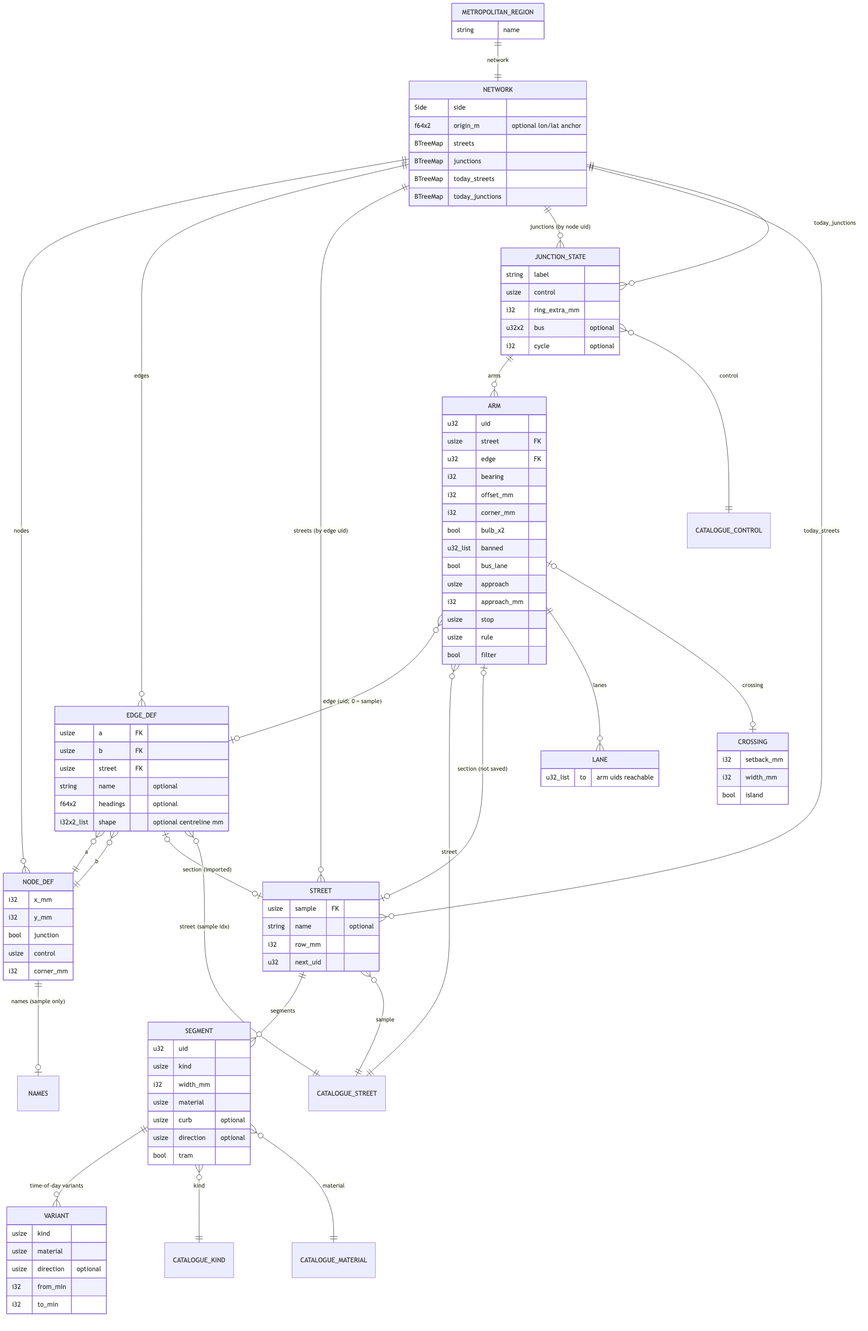
This is docs/erd.png from alandovskis/cityloom, a Mermaid export, as it was before one commit. Its source is kept beside it as docs/erd.mmd.
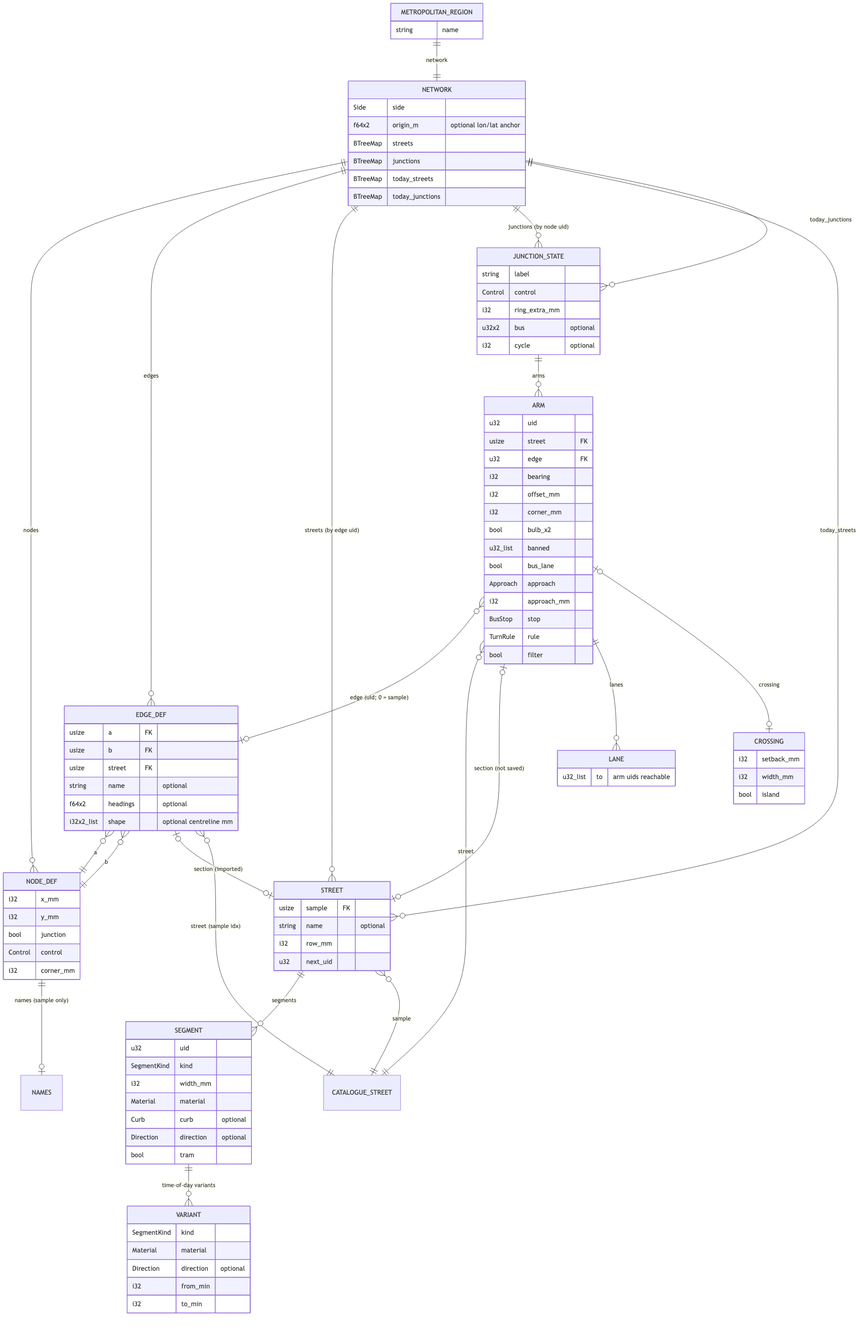
Later version of the same file.

Commit message:
docs(erd): catalogue choices are typed as enums

What changed in the source:
```diff
@@ -16,11 +16,8 @@
     STREET ||--o{ SEGMENT : segments
     STREET }o--|| CATALOGUE_STREET : "sample"
     SEGMENT ||--o{ VARIANT : "time-of-day variants"
-    SEGMENT }o--|| CATALOGUE_KIND : kind
-    SEGMENT }o--|| CATALOGUE_MATERIAL : material
 
     JUNCTION_STATE ||--o{ ARM : arms
-    JUNCTION_STATE }o--|| CATALOGUE_CONTROL : control
     ARM }o--o| EDGE_DEF : "edge (uid; 0 = sample)"
     ARM }o--|| CATALOGUE_STREET : "street"
     ARM |o--o| STREET : "section (not saved)"
@@ -42,7 +39,7 @@
         i32 x_mm
         i32 y_mm
         bool junction
-        usize control
+        Control control
         i32 corner_mm
     }
     EDGE_DEF {
@@ -61,23 +58,23 @@
     }
     SEGMENT {
         u32 uid
-        usize kind
+        SegmentKind kind
         i32 width_mm
-        usize material
-        usize curb "optional"
-        usize direction "optional"
+        Material material
+        Curb curb "optional"
+        Direction direction "optional"
         bool tram
     }
     VARIANT {
-        usize kind
-        usize material
-        usize direction "optional"
+        SegmentKind kind
+        Material material
+        Direction direction "optional"
         i32 from_min
         i32 to_min
     }
     JUNCTION_STATE {
         string label
-        usize control
+        Control control
         i32 ring_extra_mm
         u32x2 bus "optional"
         i32 cycle "optional"
@@ -92,10 +89,10 @@
         bool bulb_x2
         u32_list banned
         bool bus_lane
-        usize approach
+        Approach approach
         i32 approach_mm
-        usize stop
-        usize rule
+        BusStop stop
+        TurnRule rule
         bool filter
     }
     LANE {
```
